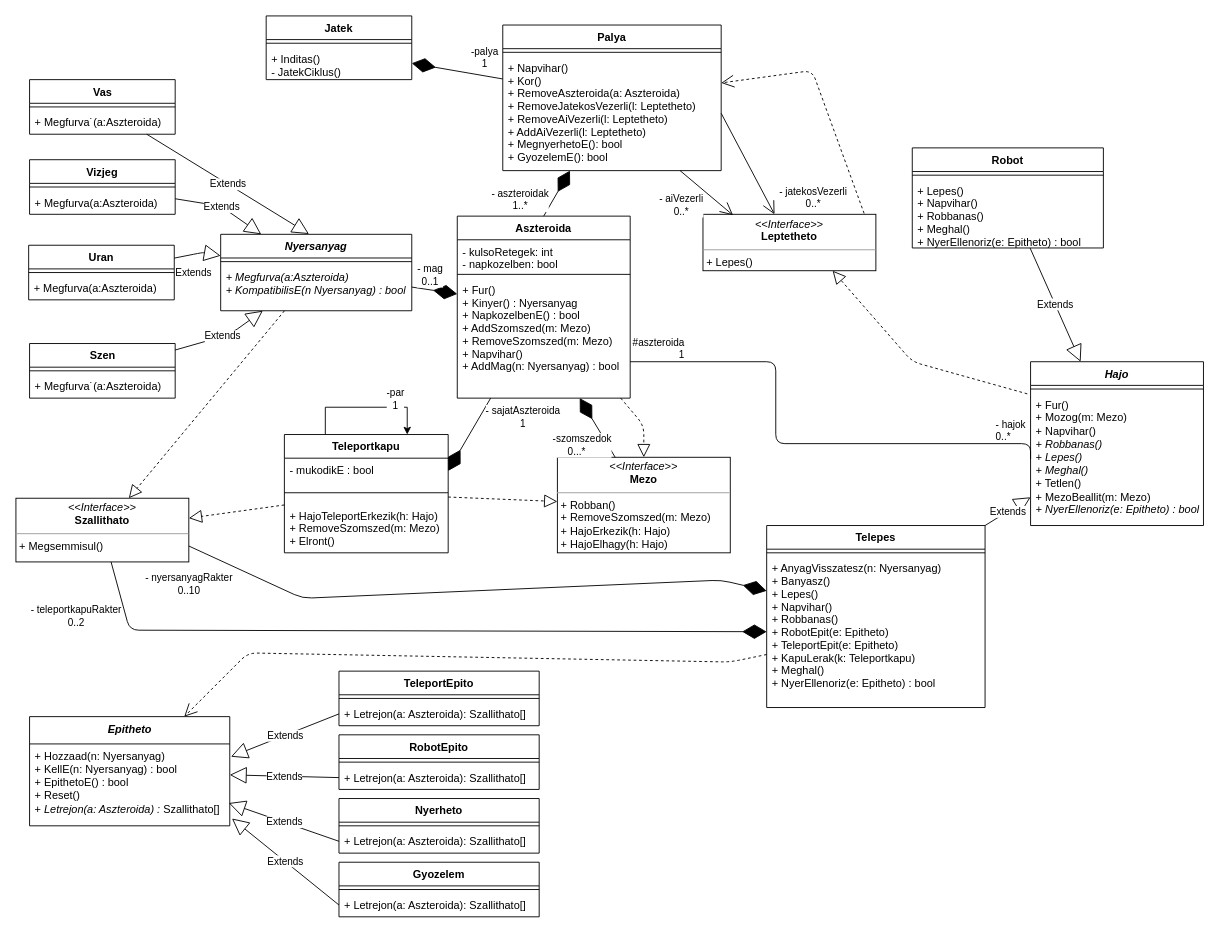
The draw.io diagram doc/class.drawio in torpeBoiGo/aszteroidabanyaszat, before the edit. Source tidied: cells renumbered, new cells numbered last; positions are measured from the earlier drawing's top-left corner, leaving out a move shared by most shapes. Both pictures are drawn from the tidied source at 91%, with x=0, y=0 at pixel (15, 15).
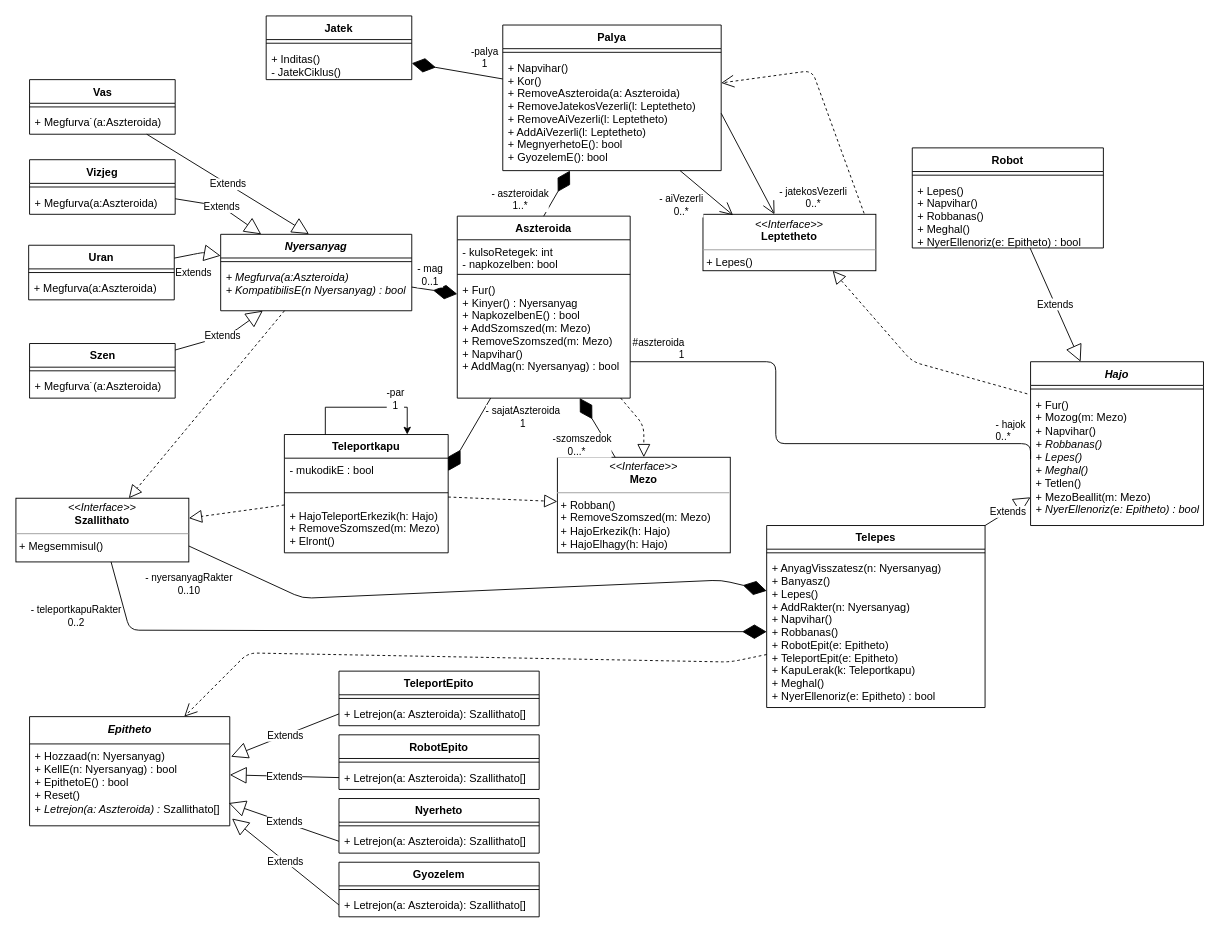
Above is the later version.

Unchanged cells that the change refers to:
```xml
<mxCell id="16" value="Telepes" style="swimlane;fontStyle=1;align=center;verticalAlign=top;horizontal=1;startSize=26;" parent="1" vertex="1">
  <mxGeometry x="825" y="560" width="240" height="200" as="geometry" />
</mxCell>
```

The edit, as a diff of the source:
```diff
@@
-    <mxCell id="18" value="+ AnyagVisszatesz(n: Nyersanyag)&#10;+ Banyasz()&#10;+ Lepes()&#10;+ Napvihar()&#10;+ Robbanas()&#10;+ RobotEpit(e: Epitheto)&#10;+ TeleportEpit(e: Epitheto)&#10;+ KapuLerak(k: Teleportkapu)&#10;+ Meghal()&#10;+ NyerEllenoriz(e: Epitheto) : bool" style="text;strokeColor=none;fillColor=none;align=left;verticalAlign=top;spacingLeft=4;spacingRight=4;overflow=hidden;points=[[0,0.5],[1,0.5]];portConstraint=eastwest;fontStyle=0;" parent="16" vertex="1">
+    <mxCell id="18" value="+ AnyagVisszatesz(n: Nyersanyag)&#10;+ Banyasz()&#10;+ Lepes()&#10;+ AddRakter(n: Nyersanyag)&#10;+ Napvihar()&#10;+ Robbanas()&#10;+ RobotEpit(e: Epitheto)&#10;+ TeleportEpit(e: Epitheto)&#10;+ KapuLerak(k: Teleportkapu)&#10;+ Meghal()&#10;+ NyerEllenoriz(e: Epitheto) : bool" style="text;strokeColor=none;fillColor=none;align=left;verticalAlign=top;spacingLeft=4;spacingRight=4;overflow=hidden;points=[[0,0.5],[1,0.5]];portConstraint=eastwest;fontStyle=0;" parent="16" vertex="1">
       <mxGeometry y="34" width="240" height="166" as="geometry" />
     </mxCell>
```
